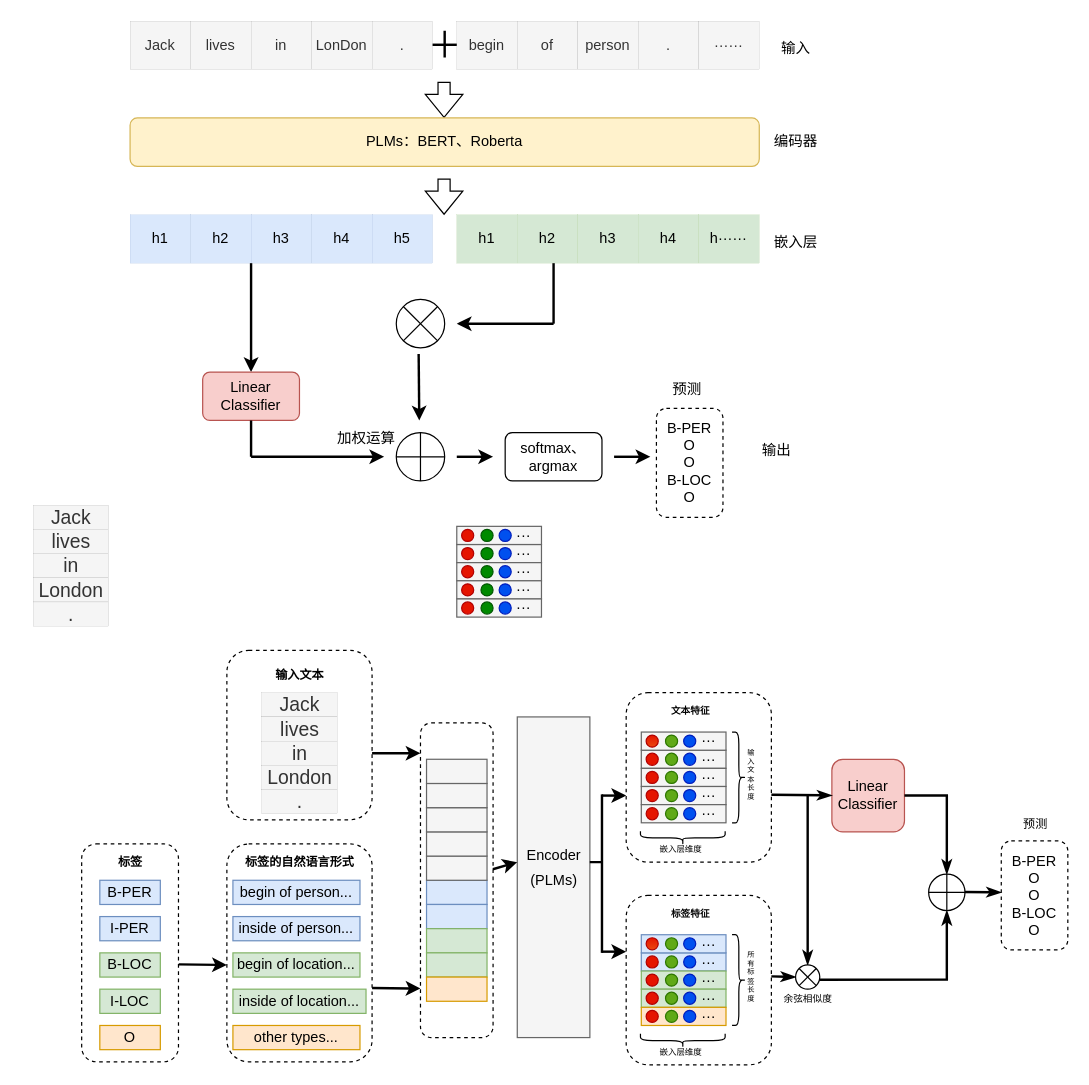
Earlier version of the draw.io diagram drawio/基于提示和自训练.drawio (Ryan-xsh/first). Source tidied: cells renumbered, new cells numbered last; positions are measured from the earlier drawing's top-left corner, leaving out a move shared by most shapes. Both pictures are drawn from the tidied source at 121%, with x=0, y=0 at pixel (33, 21).
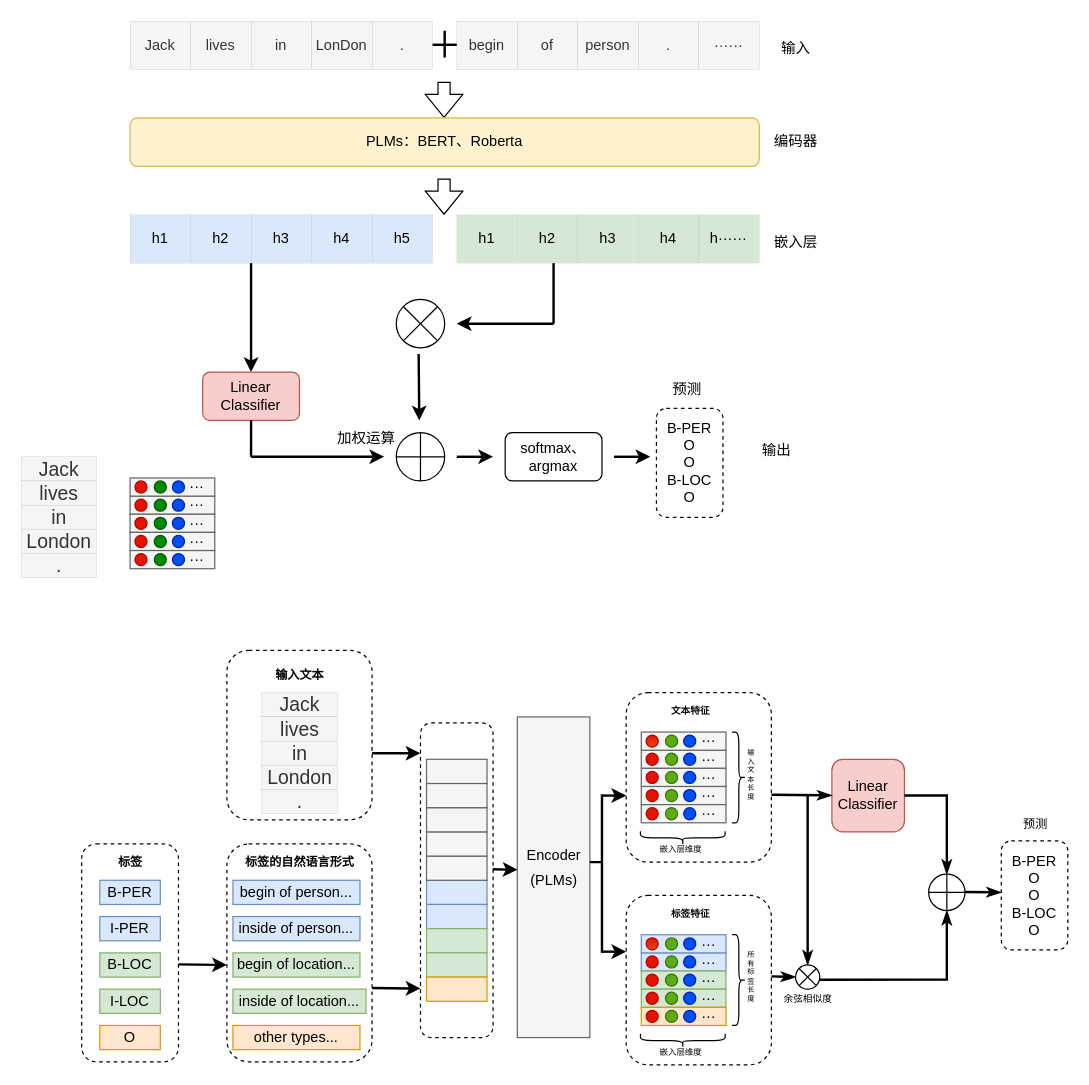
The same page after the edit.

Commit message (it also covers changes not shown here):
更新基于提示和自训练.drawio

The change refers to these unchanged cells:
```xml
<mxCell id="67" value="(PLMs)" style="text;html=1;align=center;verticalAlign=middle;points=[];strokeColor=none;fillColor=none;" parent="1" vertex="1">
  <mxGeometry x="400" y="695" width="60" height="30" as="geometry" />
</mxCell>
<mxCell id="73" style="rounded=1;whiteSpace=wrap;html=1;dashed=1;" parent="1" vertex="1">
  <mxGeometry x="320" y="580" width="60" height="260" as="geometry" />
</mxCell>
```

The edit, as a diff of the source:
```diff
@@
     <mxCell id="80" value="Jack" style="rounded=0;whiteSpace=wrap;html=1;fontSize=16;strokeWidth=0;dashed=1;fillColor=#f5f5f5;fontColor=#333333;strokeColor=#666666;" parent="1" vertex="1">
-      <mxGeometry y="400" width="62.5" height="20" as="geometry" />
+      <mxGeometry x="-10" y="360" width="62.5" height="20" as="geometry" />
     </mxCell>
     <mxCell id="81" value="lives" style="rounded=0;whiteSpace=wrap;html=1;fontSize=16;strokeWidth=0;fillColor=#f5f5f5;fontColor=#333333;strokeColor=#666666;" parent="1" vertex="1">
-      <mxGeometry y="420" width="62.5" height="20" as="geometry" />
+      <mxGeometry x="-10" y="380" width="62.5" height="20" as="geometry" />
     </mxCell>
     <mxCell id="82" value="in" style="rounded=0;whiteSpace=wrap;html=1;fontSize=16;strokeWidth=0;fillColor=#f5f5f5;fontColor=#333333;strokeColor=#666666;" parent="1" vertex="1">
-      <mxGeometry y="440" width="62.5" height="20" as="geometry" />
+      <mxGeometry x="-10" y="400" width="62.5" height="20" as="geometry" />
     </mxCell>
     <mxCell id="83" value="London" style="rounded=0;whiteSpace=wrap;html=1;fontSize=16;strokeWidth=0;fillColor=#f5f5f5;strokeColor=#666666;fontColor=#333333;" parent="1" vertex="1">
-      <mxGeometry y="460" width="62.5" height="20" as="geometry" />
+      <mxGeometry x="-10" y="420" width="62.5" height="20" as="geometry" />
     </mxCell>
     <mxCell id="84" value="." style="rounded=0;whiteSpace=wrap;html=1;fontSize=16;strokeWidth=0;fillColor=#f5f5f5;fontColor=#333333;strokeColor=#666666;" parent="1" vertex="1">
-      <mxGeometry y="480" width="62.5" height="20" as="geometry" />
+      <mxGeometry x="-10" y="440" width="62.5" height="20" as="geometry" />
     </mxCell>
@@
-    <mxCell id="91" style="endArrow=classic;html=1;rounded=0;strokeWidth=2;exitX=0.997;exitY=0.465;exitDx=0;exitDy=0;exitPerimeter=0;" parent="1" edge="1" source="73">
-      <mxGeometry relative="1" as="geometry">
-        <mxPoint x="400" y="695" as="targetPoint" />
-      </mxGeometry>
+    <mxCell id="91" style="endArrow=classic;html=1;rounded=0;strokeWidth=2;exitX=0.997;exitY=0.465;exitDx=0;exitDy=0;exitPerimeter=0;entryX=0.003;entryY=0.212;entryDx=0;entryDy=0;entryPerimeter=0;" parent="1" edge="1" source="73" target="67">
+      <mxGeometry relative="1" as="geometry" />
     </mxCell>
@@
     <mxCell id="94" style="rounded=0;whiteSpace=wrap;html=1;fillColor=#f5f5f5;strokeColor=#666666;fontColor=#333333;" parent="1" vertex="1">
-      <mxGeometry x="350" y="432.5" width="70" height="15" as="geometry" />
+      <mxGeometry x="80" y="392.5" width="70" height="15" as="geometry" />
     </mxCell>
     <mxCell id="95" style="ellipse;whiteSpace=wrap;html=1;fillColor=#008a00;fontColor=#ffffff;strokeColor=#005700;" parent="1" vertex="1">
-      <mxGeometry x="370" y="435" width="10" height="10" as="geometry" />
+      <mxGeometry x="100" y="395" width="10" height="10" as="geometry" />
     </mxCell>
     <mxCell id="96" style="ellipse;whiteSpace=wrap;html=1;fillColor=#e51400;fontColor=#ffffff;strokeColor=#B20000;" parent="1" vertex="1">
-      <mxGeometry x="354" y="435" width="10" height="10" as="geometry" />
+      <mxGeometry x="84" y="395" width="10" height="10" as="geometry" />
     </mxCell>
     <mxCell id="97" value="···" style="text;html=1;align=center;verticalAlign=middle;strokeColor=none;fillColor=none;" parent="1" vertex="1">
-      <mxGeometry x="385" y="425" width="40" height="30" as="geometry" />
+      <mxGeometry x="115" y="385" width="40" height="30" as="geometry" />
     </mxCell>
     <mxCell id="98" style="ellipse;whiteSpace=wrap;html=1;fillColor=#0050ef;fontColor=#ffffff;strokeColor=#001DBC;" parent="1" vertex="1">
-      <mxGeometry x="385" y="435" width="10" height="10" as="geometry" />
+      <mxGeometry x="115" y="395" width="10" height="10" as="geometry" />
     </mxCell>
     <mxCell id="99" style="rounded=0;whiteSpace=wrap;html=1;fillColor=#f5f5f5;strokeColor=#666666;fontColor=#333333;" parent="1" vertex="1">
-      <mxGeometry x="350" y="447.5" width="70" height="15" as="geometry" />
+      <mxGeometry x="80" y="407.5" width="70" height="15" as="geometry" />
     </mxCell>
     <mxCell id="100" style="ellipse;whiteSpace=wrap;html=1;fillColor=#008a00;fontColor=#ffffff;strokeColor=#005700;" parent="1" vertex="1">
-      <mxGeometry x="370" y="450" width="10" height="10" as="geometry" />
+      <mxGeometry x="100" y="410" width="10" height="10" as="geometry" />
     </mxCell>
     <mxCell id="101" style="ellipse;whiteSpace=wrap;html=1;fillColor=#e51400;fontColor=#ffffff;strokeColor=#B20000;" parent="1" vertex="1">
-      <mxGeometry x="354" y="450" width="10" height="10" as="geometry" />
+      <mxGeometry x="84" y="410" width="10" height="10" as="geometry" />
     </mxCell>
     <mxCell id="102" style="ellipse;whiteSpace=wrap;html=1;fillColor=#0050ef;fontColor=#ffffff;strokeColor=#001DBC;" parent="1" vertex="1">
-      <mxGeometry x="385" y="450" width="10" height="10" as="geometry" />
+      <mxGeometry x="115" y="410" width="10" height="10" as="geometry" />
     </mxCell>
     <mxCell id="103" style="rounded=0;whiteSpace=wrap;html=1;fillColor=#f5f5f5;strokeColor=#666666;fontColor=#333333;" parent="1" vertex="1">
-      <mxGeometry x="350" y="462.5" width="70" height="15" as="geometry" />
+      <mxGeometry x="80" y="422.5" width="70" height="15" as="geometry" />
     </mxCell>
     <mxCell id="104" style="ellipse;whiteSpace=wrap;html=1;fillColor=#008a00;fontColor=#ffffff;strokeColor=#005700;" parent="1" vertex="1">
-      <mxGeometry x="370" y="465" width="10" height="10" as="geometry" />
+      <mxGeometry x="100" y="425" width="10" height="10" as="geometry" />
     </mxCell>
     <mxCell id="105" style="ellipse;whiteSpace=wrap;html=1;fillColor=#e51400;fontColor=#ffffff;strokeColor=#B20000;" parent="1" vertex="1">
-      <mxGeometry x="354" y="465" width="10" height="10" as="geometry" />
+      <mxGeometry x="84" y="425" width="10" height="10" as="geometry" />
     </mxCell>
     <mxCell id="106" style="ellipse;whiteSpace=wrap;html=1;fillColor=#0050ef;fontColor=#ffffff;strokeColor=#001DBC;" parent="1" vertex="1">
-      <mxGeometry x="385" y="465" width="10" height="10" as="geometry" />
+      <mxGeometry x="115" y="425" width="10" height="10" as="geometry" />
     </mxCell>
     <mxCell id="107" style="rounded=0;whiteSpace=wrap;html=1;fillColor=#f5f5f5;strokeColor=#666666;fontColor=#333333;" parent="1" vertex="1">
-      <mxGeometry x="350" y="477.5" width="70" height="15" as="geometry" />
+      <mxGeometry x="80" y="437.5" width="70" height="15" as="geometry" />
     </mxCell>
     <mxCell id="108" style="ellipse;whiteSpace=wrap;html=1;fillColor=#008a00;fontColor=#ffffff;strokeColor=#005700;" parent="1" vertex="1">
-      <mxGeometry x="370" y="480" width="10" height="10" as="geometry" />
+      <mxGeometry x="100" y="440" width="10" height="10" as="geometry" />
     </mxCell>
     <mxCell id="109" style="ellipse;whiteSpace=wrap;html=1;fillColor=#e51400;fontColor=#ffffff;strokeColor=#B20000;" parent="1" vertex="1">
-      <mxGeometry x="354" y="480" width="10" height="10" as="geometry" />
+      <mxGeometry x="84" y="440" width="10" height="10" as="geometry" />
     </mxCell>
     <mxCell id="110" style="ellipse;whiteSpace=wrap;html=1;fillColor=#0050ef;fontColor=#ffffff;strokeColor=#001DBC;" parent="1" vertex="1">
-      <mxGeometry x="385" y="480" width="10" height="10" as="geometry" />
+      <mxGeometry x="115" y="440" width="10" height="10" as="geometry" />
     </mxCell>
     <mxCell id="111" style="rounded=0;whiteSpace=wrap;html=1;fillColor=#f5f5f5;strokeColor=#666666;fontColor=#333333;" parent="1" vertex="1">
-      <mxGeometry x="350" y="417.5" width="70" height="15" as="geometry" />
+      <mxGeometry x="80" y="377.5" width="70" height="15" as="geometry" />
     </mxCell>
     <mxCell id="112" style="ellipse;whiteSpace=wrap;html=1;fillColor=#008a00;fontColor=#ffffff;strokeColor=#005700;" parent="1" vertex="1">
-      <mxGeometry x="370" y="420" width="10" height="10" as="geometry" />
+      <mxGeometry x="100" y="380" width="10" height="10" as="geometry" />
     </mxCell>
     <mxCell id="113" style="ellipse;whiteSpace=wrap;html=1;fillColor=#e51400;fontColor=#ffffff;strokeColor=#B20000;" parent="1" vertex="1">
-      <mxGeometry x="354" y="420" width="10" height="10" as="geometry" />
+      <mxGeometry x="84" y="380" width="10" height="10" as="geometry" />
     </mxCell>
     <mxCell id="114" value="···" style="text;html=1;align=center;verticalAlign=middle;strokeColor=none;fillColor=none;" parent="1" vertex="1">
-      <mxGeometry x="385" y="410" width="40" height="30" as="geometry" />
+      <mxGeometry x="115" y="370" width="40" height="30" as="geometry" />
     </mxCell>
     <mxCell id="115" style="ellipse;whiteSpace=wrap;html=1;fillColor=#0050ef;fontColor=#ffffff;strokeColor=#001DBC;" parent="1" vertex="1">
-      <mxGeometry x="385" y="420" width="10" height="10" as="geometry" />
+      <mxGeometry x="115" y="380" width="10" height="10" as="geometry" />
     </mxCell>
     <mxCell id="116" value="···" style="text;html=1;align=center;verticalAlign=middle;strokeColor=none;fillColor=none;" parent="1" vertex="1">
-      <mxGeometry x="385" y="440" width="40" height="30" as="geometry" />
+      <mxGeometry x="115" y="400" width="40" height="30" as="geometry" />
     </mxCell>
     <mxCell id="117" value="···" style="text;html=1;align=center;verticalAlign=middle;strokeColor=none;fillColor=none;" parent="1" vertex="1">
-      <mxGeometry x="385" y="455" width="40" height="30" as="geometry" />
+      <mxGeometry x="115" y="415" width="40" height="30" as="geometry" />
     </mxCell>
     <mxCell id="118" value="···" style="text;html=1;align=center;verticalAlign=middle;strokeColor=none;fillColor=none;" parent="1" vertex="1">
-      <mxGeometry x="385" y="470" width="40" height="30" as="geometry" />
+      <mxGeometry x="115" y="430" width="40" height="30" as="geometry" />
     </mxCell>
```
